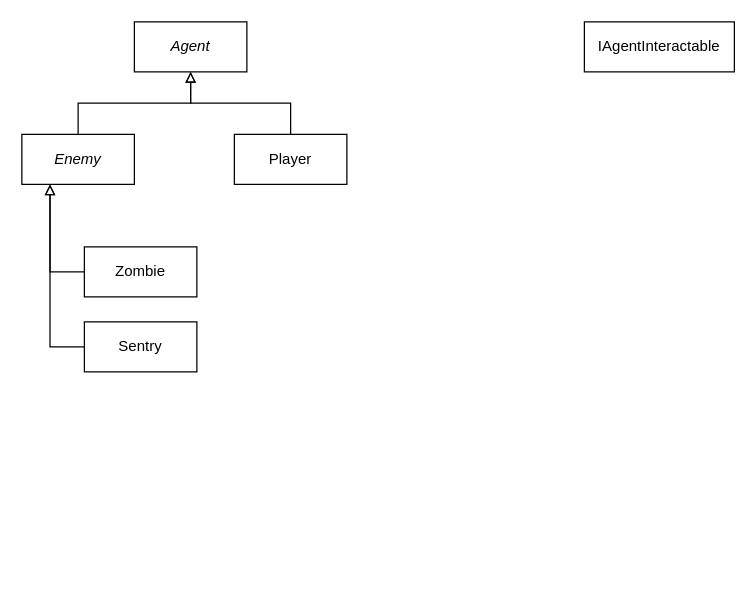
This is ClassDiagrams.drawio from rubyleehs/CSS-gamedev, a draw.io file, before an edit. Source tidied: cells renumbered, new cells numbered last; positions are measured from the earlier drawing's top-left corner, leaving out a move shared by most shapes. Both pictures are drawn from the tidied source at 125%, with x=0, y=0 at pixel (21, 21).
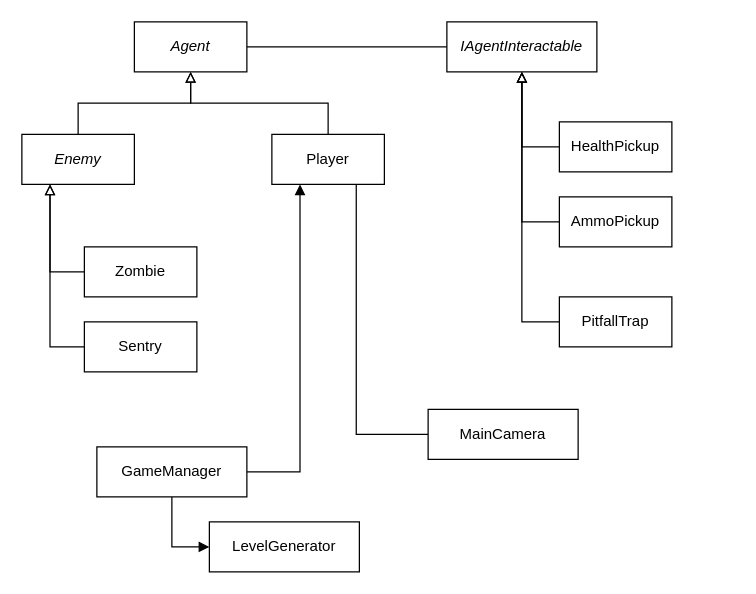
Above is the later version.

Unchanged cells that the change refers to:
```xml
<mxCell id="2" value="Agent" style="rounded=0;whiteSpace=wrap;html=1;fontStyle=2;" parent="1" vertex="1">
  <mxGeometry x="90" width="90" height="40" as="geometry" />
</mxCell>
```

Change to the diagram source:
```diff
@@
+    <mxCell id="12" style="edgeStyle=orthogonalEdgeStyle;rounded=0;jettySize=auto;html=1;exitX=0.75;exitY=1;exitDx=0;exitDy=0;entryX=0;entryY=0.5;entryDx=0;entryDy=0;endArrow=none;endFill=0;" parent="1" edge="1" source="4" target="24">
+      <mxGeometry relative="1" as="geometry" />
+    </mxCell>
     <mxCell id="4" value="Player" style="rounded=0;whiteSpace=wrap;html=1;" parent="1" vertex="1">
-      <mxGeometry x="170" y="90" width="90" height="40" as="geometry" />
+      <mxGeometry x="200" y="90" width="90" height="40" as="geometry" />
     </mxCell>
@@
-    <mxCell id="11" value="IAgentInteractable" style="rounded=0;whiteSpace=wrap;html=1;fontStyle=0;" parent="1" vertex="1">
-      <mxGeometry x="450" width="120" height="40" as="geometry" />
+    <mxCell id="11" value="IAgentInteractable" style="rounded=0;whiteSpace=wrap;html=1;fontStyle=2;" parent="1" vertex="1">
+      <mxGeometry x="340" width="120" height="40" as="geometry" />
     </mxCell>
+    <mxCell id="13" style="endArrow=none;html=1;entryX=0;entryY=0.5;entryDx=0;entryDy=0;exitX=1;exitY=0.5;exitDx=0;exitDy=0;" parent="1" edge="1" source="2" target="11">
+      <mxGeometry relative="1" as="geometry" />
+    </mxCell>
+    <mxCell id="14" style="edgeStyle=orthogonalEdgeStyle;rounded=0;jettySize=auto;html=1;exitX=0;exitY=0.5;exitDx=0;exitDy=0;entryX=0.5;entryY=1;entryDx=0;entryDy=0;endArrow=block;endFill=0;" parent="1" edge="1" source="15" target="11">
+      <mxGeometry relative="1" as="geometry" />
+    </mxCell>
+    <mxCell id="15" value="HealthPickup" style="rounded=0;whiteSpace=wrap;html=1;" parent="1" vertex="1">
+      <mxGeometry x="430" y="80" width="90" height="40" as="geometry" />
+    </mxCell>
+    <mxCell id="16" style="edgeStyle=orthogonalEdgeStyle;rounded=0;jettySize=auto;html=1;exitX=0;exitY=0.5;exitDx=0;exitDy=0;endArrow=block;endFill=0;entryX=0.5;entryY=1;entryDx=0;entryDy=0;" parent="1" edge="1" source="17" target="11">
+      <mxGeometry relative="1" as="geometry" />
+    </mxCell>
+    <mxCell id="17" value="AmmoPickup" style="rounded=0;whiteSpace=wrap;html=1;" parent="1" vertex="1">
+      <mxGeometry x="430" y="140" width="90" height="40" as="geometry" />
+    </mxCell>
+    <mxCell id="18" style="edgeStyle=orthogonalEdgeStyle;rounded=0;jettySize=auto;html=1;exitX=0;exitY=0.5;exitDx=0;exitDy=0;endArrow=block;endFill=0;entryX=0.5;entryY=1;entryDx=0;entryDy=0;" parent="1" edge="1" source="19" target="11">
+      <mxGeometry relative="1" as="geometry" />
+    </mxCell>
+    <mxCell id="19" value="PitfallTrap" style="rounded=0;whiteSpace=wrap;html=1;" parent="1" vertex="1">
+      <mxGeometry x="430" y="220" width="90" height="40" as="geometry" />
+    </mxCell>
+    <mxCell id="20" style="edgeStyle=orthogonalEdgeStyle;rounded=0;jettySize=auto;html=1;exitX=1;exitY=0.5;exitDx=0;exitDy=0;entryX=0.25;entryY=1;entryDx=0;entryDy=0;endArrow=block;endFill=1;" parent="1" edge="1" source="21" target="4">
+      <mxGeometry relative="1" as="geometry" />
+    </mxCell>
+    <mxCell id="21" value="GameManager" style="rounded=0;whiteSpace=wrap;html=1;fontStyle=0;" parent="1" vertex="1">
+      <mxGeometry x="60" y="340" width="120" height="40" as="geometry" />
+    </mxCell>
+    <mxCell id="22" style="edgeStyle=orthogonalEdgeStyle;rounded=0;jettySize=auto;html=1;entryX=0;entryY=0.5;entryDx=0;entryDy=0;endArrow=block;endFill=1;exitX=0.5;exitY=1;exitDx=0;exitDy=0;" parent="1" edge="1" source="21" target="23">
+      <mxGeometry relative="1" as="geometry" />
+    </mxCell>
+    <mxCell id="23" value="&lt;span style=&quot;font-style: normal&quot;&gt;LevelGenerator&lt;/span&gt;" style="rounded=0;whiteSpace=wrap;html=1;fontStyle=2;" parent="1" vertex="1">
+      <mxGeometry x="150" y="400" width="120" height="40" as="geometry" />
+    </mxCell>
+    <mxCell id="24" value="MainCamera" style="rounded=0;whiteSpace=wrap;html=1;fontStyle=0;" parent="1" vertex="1">
+      <mxGeometry x="325" y="310" width="120" height="40" as="geometry" />
+    </mxCell>
```
